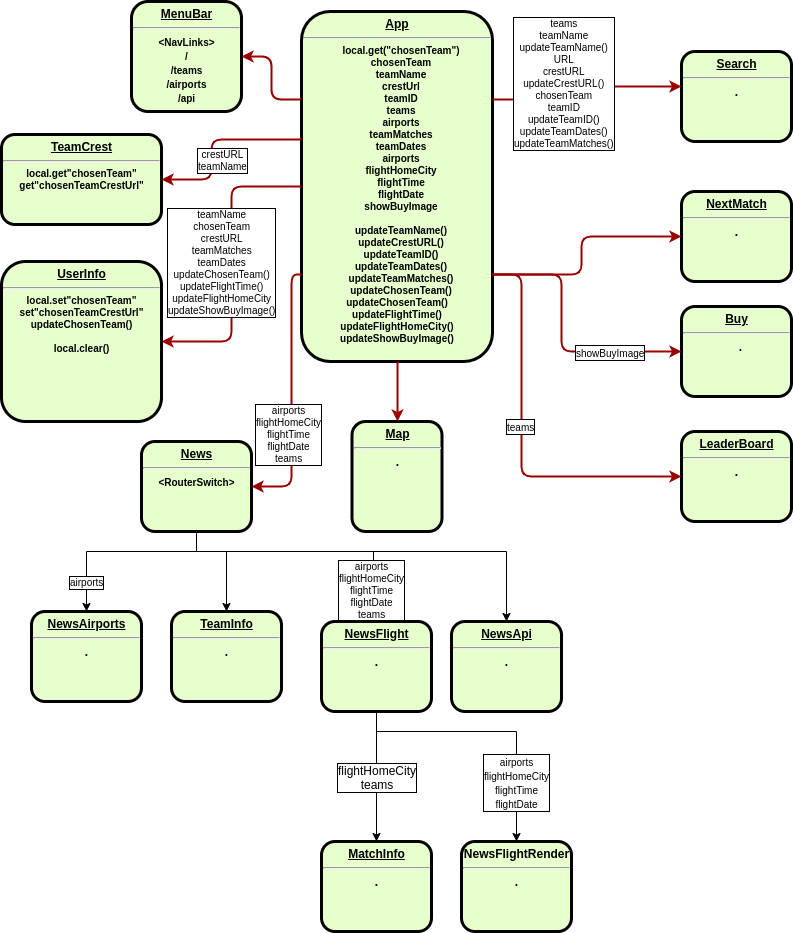
Earlier version of the draw.io export sem3Front/src/images/ReactNodes.png (cph-ms782/SemesterProjekt_Frontend). Source tidied: cells renumbered, new cells last; positions are measured from the earlier drawing's top-left corner, leaving out a move shared by most shapes.
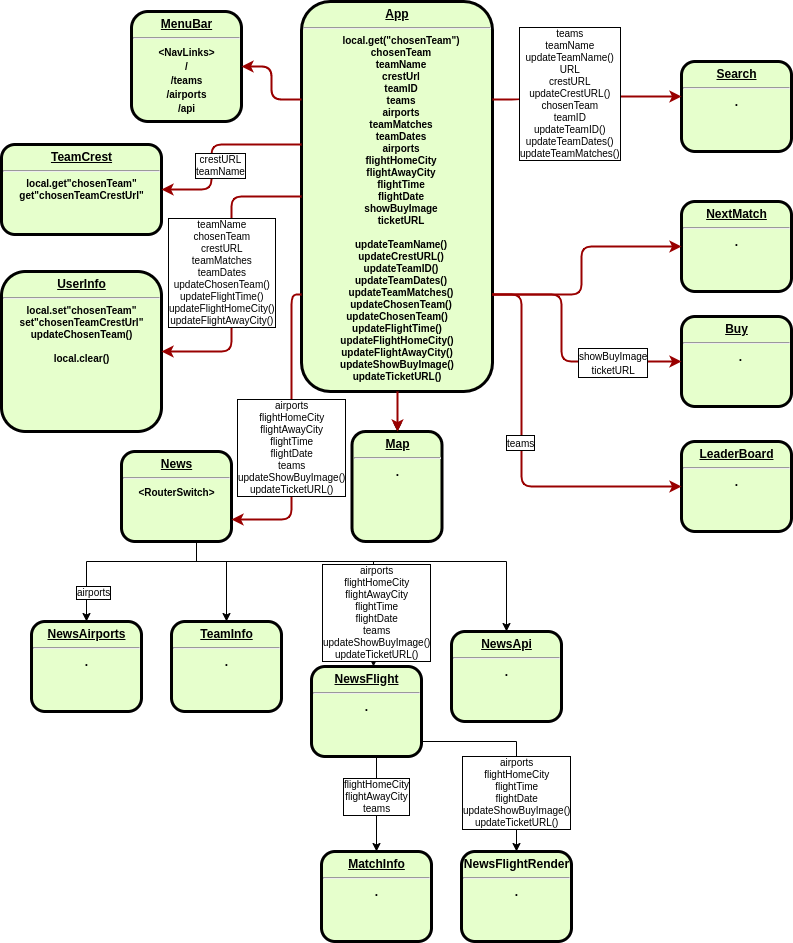
After the commit.

Change to the diagram source:
```diff
@@ -5,8 +5,13 @@
     <mxCell id="2" value="&lt;p style=&quot;margin: 0px ; margin-top: 4px ; text-align: center ; text-decoration: underline&quot;&gt;&lt;strong&gt;Search&lt;br&gt;&lt;/strong&gt;&lt;/p&gt;&lt;hr&gt;." style="verticalAlign=middle;align=center;overflow=fill;fontSize=12;fontFamily=Helvetica;html=1;rounded=1;fontStyle=1;strokeWidth=3;fillColor=#E6FFCC;" parent="1" vertex="1">
       <mxGeometry x="680" y="50" width="110" height="90" as="geometry" />
     </mxCell>
+    <mxCell id="43" style="edgeStyle=orthogonalEdgeStyle;rounded=0;jettySize=auto;html=1;" parent="1" edge="1" target="23">
+      <mxGeometry relative="1" as="geometry">
+        <mxPoint x="396" y="380" as="sourcePoint" />
+      </mxGeometry>
+    </mxCell>
-    <mxCell id="3" value="&lt;p style=&quot;margin: 4px 0px 0px ; text-decoration: underline&quot; align=&quot;center&quot;&gt;&lt;strong&gt;App&lt;br&gt;&lt;/strong&gt;&lt;/p&gt;&lt;hr align=&quot;center&quot;&gt;&lt;p style=&quot;margin: 0px 0px 0px 8px ; font-size: 10px&quot; align=&quot;center&quot;&gt;&lt;font style=&quot;font-size: 10px&quot;&gt;local.get(&quot;chosenTeam&quot;)&lt;br&gt;&lt;/font&gt;&lt;/p&gt;&lt;p style=&quot;margin: 0px 0px 0px 8px ; font-size: 10px&quot; align=&quot;center&quot;&gt;&lt;font style=&quot;font-size: 10px&quot;&gt;chosenTeam&lt;/font&gt;&lt;/p&gt;&lt;p style=&quot;margin: 0px 0px 0px 8px ; font-size: 10px&quot; align=&quot;center&quot;&gt;&lt;font style=&quot;font-size: 10px&quot;&gt;teamName&lt;/font&gt;&lt;/p&gt;&lt;p style=&quot;margin: 0px 0px 0px 8px ; font-size: 10px&quot; align=&quot;center&quot;&gt;&lt;font style=&quot;font-size: 10px&quot;&gt;crestUrl&lt;/font&gt;&lt;/p&gt;&lt;p style=&quot;margin: 0px 0px 0px 8px ; font-size: 10px&quot; align=&quot;center&quot;&gt;&lt;font style=&quot;font-size: 10px&quot;&gt;teamID&lt;/font&gt;&lt;/p&gt;&lt;p style=&quot;margin: 0px 0px 0px 8px ; font-size: 10px&quot; align=&quot;center&quot;&gt;&lt;font style=&quot;font-size: 10px&quot;&gt;teams&lt;/font&gt;&lt;/p&gt;&lt;p style=&quot;margin: 0px 0px 0px 8px ; font-size: 10px&quot; align=&quot;center&quot;&gt;&lt;font style=&quot;font-size: 10px&quot;&gt;airports&lt;/font&gt;&lt;/p&gt;&lt;p style=&quot;margin: 0px 0px 0px 8px ; font-size: 10px&quot; align=&quot;center&quot;&gt;&lt;font style=&quot;font-size: 10px&quot;&gt;teamMatches&lt;/font&gt;&lt;/p&gt;&lt;p style=&quot;margin: 0px 0px 0px 8px ; font-size: 10px&quot; align=&quot;center&quot;&gt;&lt;font style=&quot;font-size: 10px&quot;&gt;teamDates&lt;/font&gt;&lt;/p&gt;&lt;p style=&quot;margin: 0px 0px 0px 8px ; font-size: 10px&quot; align=&quot;center&quot;&gt;&lt;font style=&quot;font-size: 10px&quot;&gt;airports&lt;/font&gt;&lt;/p&gt;&lt;p style=&quot;margin: 0px 0px 0px 8px ; font-size: 10px&quot; align=&quot;center&quot;&gt;&lt;font style=&quot;font-size: 10px&quot;&gt;flightHomeCity&lt;/font&gt;&lt;/p&gt;&lt;p style=&quot;margin: 0px 0px 0px 8px ; font-size: 10px&quot; align=&quot;center&quot;&gt;flightTime&lt;/p&gt;&lt;p style=&quot;margin: 0px 0px 0px 8px ; font-size: 10px&quot; align=&quot;center&quot;&gt;flightDate&lt;/p&gt;&lt;p style=&quot;margin: 0px 0px 0px 8px ; font-size: 10px&quot; align=&quot;center&quot;&gt;showBuyImage&lt;/p&gt;&lt;p style=&quot;margin: 0px 0px 0px 8px ; font-size: 10px&quot; align=&quot;center&quot;&gt;&lt;font style=&quot;font-size: 10px&quot;&gt;&lt;br&gt;&lt;/font&gt;&lt;/p&gt;&lt;p style=&quot;margin: 0px 0px 0px 8px ; font-size: 10px&quot; align=&quot;center&quot;&gt;&lt;span&gt;updateTeamName()&lt;/span&gt;&lt;br&gt;&lt;/p&gt;&lt;p style=&quot;margin: 0px 0px 0px 8px ; font-size: 10px&quot; align=&quot;center&quot;&gt;&lt;font style=&quot;font-size: 10px&quot;&gt;updateCrestURL()&lt;/font&gt;&lt;/p&gt;&lt;p style=&quot;margin: 0px 0px 0px 8px ; font-size: 10px&quot; align=&quot;center&quot;&gt;&lt;font style=&quot;font-size: 10px&quot;&gt;updateTeamID()&lt;/font&gt;&lt;/p&gt;&lt;p style=&quot;margin: 0px 0px 0px 8px ; font-size: 10px&quot; align=&quot;center&quot;&gt;&lt;font style=&quot;font-size: 10px&quot;&gt;updateTeamDates()&lt;/font&gt;&lt;/p&gt;&lt;p style=&quot;margin: 0px 0px 0px 8px ; font-size: 10px&quot; align=&quot;center&quot;&gt;&lt;font style=&quot;font-size: 10px&quot;&gt;updateTeamMatches()&lt;/font&gt;&lt;/p&gt;&lt;p style=&quot;margin: 0px 0px 0px 8px ; font-size: 10px&quot; align=&quot;center&quot;&gt;&lt;font style=&quot;font-size: 10px&quot;&gt;updateChosenTeam()&lt;/font&gt;&lt;/p&gt;&lt;div style=&quot;font-size: 10px&quot;&gt;updateChosenTeam()&lt;br&gt;&lt;/div&gt;&lt;div style=&quot;font-size: 10px&quot;&gt;updateFlightTime()&lt;/div&gt;&lt;div style=&quot;font-size: 10px&quot;&gt;updateFlightHomeCity()&lt;/div&gt;&lt;div style=&quot;font-size: 10px&quot;&gt;updateShowBuyImage()&lt;/div&gt;&lt;p style=&quot;margin: 0px 0px 0px 8px ; font-size: 10px&quot; align=&quot;center&quot;&gt;&lt;font style=&quot;font-size: 10px&quot;&gt;&lt;br&gt;&lt;/font&gt;&lt;/p&gt;" style="verticalAlign=middle;align=center;overflow=fill;fontSize=12;fontFamily=Helvetica;html=1;rounded=1;fontStyle=1;strokeWidth=3;fillColor=#E6FFCC;" parent="1" vertex="1">
-      <mxGeometry x="300" y="10" width="191" height="350" as="geometry" />
+    <mxCell id="3" value="&lt;p style=&quot;margin: 4px 0px 0px ; text-decoration: underline&quot; align=&quot;center&quot;&gt;&lt;strong&gt;App&lt;br&gt;&lt;/strong&gt;&lt;/p&gt;&lt;hr align=&quot;center&quot;&gt;&lt;p style=&quot;margin: 0px 0px 0px 8px ; font-size: 10px&quot; align=&quot;center&quot;&gt;&lt;font style=&quot;font-size: 10px&quot;&gt;local.get(&quot;chosenTeam&quot;)&lt;br&gt;&lt;/font&gt;&lt;/p&gt;&lt;p style=&quot;margin: 0px 0px 0px 8px ; font-size: 10px&quot; align=&quot;center&quot;&gt;&lt;font style=&quot;font-size: 10px&quot;&gt;chosenTeam&lt;/font&gt;&lt;/p&gt;&lt;p style=&quot;margin: 0px 0px 0px 8px ; font-size: 10px&quot; align=&quot;center&quot;&gt;&lt;font style=&quot;font-size: 10px&quot;&gt;teamName&lt;/font&gt;&lt;/p&gt;&lt;p style=&quot;margin: 0px 0px 0px 8px ; font-size: 10px&quot; align=&quot;center&quot;&gt;&lt;font style=&quot;font-size: 10px&quot;&gt;crestUrl&lt;/font&gt;&lt;/p&gt;&lt;p style=&quot;margin: 0px 0px 0px 8px ; font-size: 10px&quot; align=&quot;center&quot;&gt;&lt;font style=&quot;font-size: 10px&quot;&gt;teamID&lt;/font&gt;&lt;/p&gt;&lt;p style=&quot;margin: 0px 0px 0px 8px ; font-size: 10px&quot; align=&quot;center&quot;&gt;&lt;font style=&quot;font-size: 10px&quot;&gt;teams&lt;/font&gt;&lt;/p&gt;&lt;p style=&quot;margin: 0px 0px 0px 8px ; font-size: 10px&quot; align=&quot;center&quot;&gt;&lt;font style=&quot;font-size: 10px&quot;&gt;airports&lt;/font&gt;&lt;/p&gt;&lt;p style=&quot;margin: 0px 0px 0px 8px ; font-size: 10px&quot; align=&quot;center&quot;&gt;&lt;font style=&quot;font-size: 10px&quot;&gt;teamMatches&lt;/font&gt;&lt;/p&gt;&lt;p style=&quot;margin: 0px 0px 0px 8px ; font-size: 10px&quot; align=&quot;center&quot;&gt;&lt;font style=&quot;font-size: 10px&quot;&gt;teamDates&lt;/font&gt;&lt;/p&gt;&lt;p style=&quot;margin: 0px 0px 0px 8px ; font-size: 10px&quot; align=&quot;center&quot;&gt;&lt;font style=&quot;font-size: 10px&quot;&gt;airports&lt;/font&gt;&lt;/p&gt;&lt;p style=&quot;margin: 0px 0px 0px 8px ; font-size: 10px&quot; align=&quot;center&quot;&gt;&lt;font style=&quot;font-size: 10px&quot;&gt;flightHomeCity&lt;/font&gt;&lt;/p&gt;&lt;p style=&quot;margin: 0px 0px 0px 8px ; font-size: 10px&quot; align=&quot;center&quot;&gt;&lt;font style=&quot;font-size: 10px&quot;&gt;flightAwayCity&lt;/font&gt;&lt;/p&gt;&lt;p style=&quot;margin: 0px 0px 0px 8px ; font-size: 10px&quot; align=&quot;center&quot;&gt;flightTime&lt;/p&gt;&lt;p style=&quot;margin: 0px 0px 0px 8px ; font-size: 10px&quot; align=&quot;center&quot;&gt;flightDate&lt;/p&gt;&lt;p style=&quot;margin: 0px 0px 0px 8px ; font-size: 10px&quot; align=&quot;center&quot;&gt;showBuyImage&lt;/p&gt;&lt;p style=&quot;margin: 0px 0px 0px 8px ; font-size: 10px&quot; align=&quot;center&quot;&gt;ticketURL&lt;/p&gt;&lt;p style=&quot;margin: 0px 0px 0px 8px ; font-size: 10px&quot; align=&quot;center&quot;&gt;&lt;font style=&quot;font-size: 10px&quot;&gt;&lt;br&gt;&lt;/font&gt;&lt;/p&gt;&lt;p style=&quot;margin: 0px 0px 0px 8px ; font-size: 10px&quot; align=&quot;center&quot;&gt;&lt;span&gt;updateTeamName()&lt;/span&gt;&lt;br&gt;&lt;/p&gt;&lt;p style=&quot;margin: 0px 0px 0px 8px ; font-size: 10px&quot; align=&quot;center&quot;&gt;&lt;font style=&quot;font-size: 10px&quot;&gt;updateCrestURL()&lt;/font&gt;&lt;/p&gt;&lt;p style=&quot;margin: 0px 0px 0px 8px ; font-size: 10px&quot; align=&quot;center&quot;&gt;&lt;font style=&quot;font-size: 10px&quot;&gt;updateTeamID()&lt;/font&gt;&lt;/p&gt;&lt;p style=&quot;margin: 0px 0px 0px 8px ; font-size: 10px&quot; align=&quot;center&quot;&gt;&lt;font style=&quot;font-size: 10px&quot;&gt;updateTeamDates()&lt;/font&gt;&lt;/p&gt;&lt;p style=&quot;margin: 0px 0px 0px 8px ; font-size: 10px&quot; align=&quot;center&quot;&gt;&lt;font style=&quot;font-size: 10px&quot;&gt;updateTeamMatches()&lt;/font&gt;&lt;/p&gt;&lt;p style=&quot;margin: 0px 0px 0px 8px ; font-size: 10px&quot; align=&quot;center&quot;&gt;&lt;font style=&quot;font-size: 10px&quot;&gt;updateChosenTeam()&lt;/font&gt;&lt;/p&gt;&lt;div style=&quot;font-size: 10px&quot;&gt;updateChosenTeam()&lt;br&gt;&lt;/div&gt;&lt;div style=&quot;font-size: 10px&quot;&gt;updateFlightTime()&lt;/div&gt;&lt;div style=&quot;font-size: 10px&quot;&gt;updateFlightHomeCity()&lt;/div&gt;&lt;div style=&quot;font-size: 10px&quot;&gt;updateFlightAwayCity()&lt;/div&gt;&lt;div style=&quot;font-size: 10px&quot;&gt;updateShowBuyImage()&lt;/div&gt;&lt;div style=&quot;font-size: 10px&quot;&gt;updateTicketURL()&lt;/div&gt;&lt;p style=&quot;margin: 0px 0px 0px 8px ; font-size: 10px&quot; align=&quot;center&quot;&gt;&lt;font style=&quot;font-size: 10px&quot;&gt;&lt;br&gt;&lt;/font&gt;&lt;/p&gt;" style="verticalAlign=middle;align=center;overflow=fill;fontSize=12;fontFamily=Helvetica;html=1;rounded=1;fontStyle=1;strokeWidth=3;fillColor=#E6FFCC;" parent="1" vertex="1">
+      <mxGeometry x="300" y="-10" width="191" height="390" as="geometry" />
     </mxCell>
     <mxCell id="4" value="&lt;p style=&quot;margin: 0px ; margin-top: 4px ; text-align: center ; text-decoration: underline&quot;&gt;&lt;strong&gt;MenuBar&lt;/strong&gt;&lt;/p&gt;&lt;hr&gt;&lt;div&gt;&lt;font style=&quot;font-size: 10px&quot;&gt;&amp;lt;NavLinks&amp;gt;&lt;/font&gt;&lt;/div&gt;&lt;div&gt;&lt;font style=&quot;font-size: 10px&quot;&gt;/&lt;/font&gt;&lt;/div&gt;&lt;div&gt;&lt;font style=&quot;font-size: 10px&quot;&gt;/teams&lt;/font&gt;&lt;/div&gt;&lt;div&gt;&lt;font style=&quot;font-size: 10px&quot;&gt;/airports&lt;/font&gt;&lt;/div&gt;&lt;div&gt;&lt;font style=&quot;font-size: 10px&quot;&gt;/api&lt;br&gt;&lt;/font&gt;&lt;/div&gt;" style="verticalAlign=middle;align=center;overflow=fill;fontSize=12;fontFamily=Helvetica;html=1;rounded=1;fontStyle=1;strokeWidth=3;fillColor=#E6FFCC;" parent="1" vertex="1">
       <mxGeometry x="130" width="110" height="110" as="geometry" />
@@ -59,9 +64,9 @@
         </Array>
       </mxGeometry>
     </mxCell>
-    <mxCell id="12" value="&lt;font style=&quot;font-size: 10px&quot;&gt;airports&lt;br&gt;flightHomeCity&lt;br&gt;flightTime&lt;br&gt;flightDate&lt;br&gt;teams&lt;br&gt;&lt;/font&gt;" style="text;html=1;align=center;verticalAlign=middle;labelBackgroundColor=#FFFFFF;labelBorderColor=#000000;fontSize=10;" parent="11" vertex="1">
+    <mxCell id="12" value="&lt;font style=&quot;font-size: 10px&quot;&gt;airports&lt;br&gt;flightHomeCity&lt;br class=&quot;Apple-interchange-newline&quot;&gt;flightAwayCity&lt;br&gt;flightTime&lt;br&gt;flightDate&lt;br&gt;teams&lt;br&gt;updateShowBuyImage()&lt;br class=&quot;Apple-interchange-newline&quot;&gt;updateTicketURL()&lt;br&gt;&lt;/font&gt;" style="text;html=1;align=center;verticalAlign=middle;labelBackgroundColor=#FFFFFF;labelBorderColor=#000000;fontSize=10;" parent="11" vertex="1">
       <mxGeometry x="0.71" relative="1" as="geometry">
-        <mxPoint x="-2" y="-2" as="offset" />
+        <mxPoint x="3" y="-9" as="offset" />
       </mxGeometry>
     </mxCell>
     <mxCell id="13" style="edgeStyle=orthogonalEdgeStyle;rounded=0;jettySize=auto;html=1;entryX=0.5;entryY=0;entryDx=0;entryDy=0;exitX=0.5;exitY=1;exitDx=0;exitDy=0;" parent="1" edge="1" source="14" target="34">
@@ -73,7 +78,7 @@
       </mxGeometry>
     </mxCell>
     <mxCell id="14" value="&lt;p style=&quot;margin: 0px ; margin-top: 4px ; text-align: center ; text-decoration: underline&quot;&gt;&lt;strong&gt;News&lt;br&gt;&lt;/strong&gt;&lt;/p&gt;&lt;hr&gt;&lt;font style=&quot;font-size: 10px&quot;&gt;&amp;lt;RouterSwitch&amp;gt;&lt;/font&gt;" style="verticalAlign=middle;align=center;overflow=fill;fontSize=12;fontFamily=Helvetica;html=1;rounded=1;fontStyle=1;strokeWidth=3;fillColor=#E6FFCC;" parent="1" vertex="1">
-      <mxGeometry x="140" y="440" width="110" height="90" as="geometry" />
+      <mxGeometry x="120" y="440" width="110" height="90" as="geometry" />
     </mxCell>
     <mxCell id="15" value="&lt;p style=&quot;margin: 0px ; margin-top: 4px ; text-align: center ; text-decoration: underline&quot;&gt;&lt;strong&gt;NewsAirports&lt;br&gt;&lt;/strong&gt;&lt;/p&gt;&lt;hr&gt;." style="verticalAlign=middle;align=center;overflow=fill;fontSize=12;fontFamily=Helvetica;html=1;rounded=1;fontStyle=1;strokeWidth=3;fillColor=#E6FFCC;" parent="1" vertex="1">
       <mxGeometry x="30" y="610" width="110" height="90" as="geometry" />
@@ -126,12 +131,12 @@
         </Array>
       </mxGeometry>
     </mxCell>
-    <mxCell id="25" value="&lt;div style=&quot;font-size: 10px&quot;&gt;teamName&lt;/div&gt;&lt;div style=&quot;font-size: 10px&quot;&gt;chosenTeam&lt;/div&gt;&lt;div style=&quot;font-size: 10px&quot;&gt;crestURL&lt;/div&gt;&lt;div style=&quot;font-size: 10px&quot;&gt;teamMatches&lt;/div&gt;&lt;div style=&quot;font-size: 10px&quot;&gt;teamDates&lt;/div&gt;&lt;div style=&quot;font-size: 10px&quot;&gt;updateChosenTeam()&lt;br style=&quot;font-size: 10px&quot;&gt;&lt;/div&gt;&lt;div style=&quot;font-size: 10px&quot;&gt;updateFlightTime()&lt;/div&gt;&lt;div style=&quot;font-size: 10px&quot;&gt;updateFlightHomeCity&lt;/div&gt;&lt;div style=&quot;font-size: 10px&quot;&gt;updateShowBuyImage()&lt;/div&gt;" style="text;html=1;align=center;verticalAlign=middle;labelBackgroundColor=#FFFFFF;labelBorderColor=#000000;fontSize=10;" parent="24" vertex="1">
+    <mxCell id="25" value="&lt;div style=&quot;font-size: 10px&quot;&gt;teamName&lt;/div&gt;&lt;div style=&quot;font-size: 10px&quot;&gt;chosenTeam&lt;/div&gt;&lt;div style=&quot;font-size: 10px&quot;&gt;crestURL&lt;/div&gt;&lt;div style=&quot;font-size: 10px&quot;&gt;teamMatches&lt;/div&gt;&lt;div style=&quot;font-size: 10px&quot;&gt;teamDates&lt;/div&gt;&lt;div style=&quot;font-size: 10px&quot;&gt;updateChosenTeam()&lt;br style=&quot;font-size: 10px&quot;&gt;&lt;/div&gt;&lt;div style=&quot;font-size: 10px&quot;&gt;updateFlightTime()&lt;/div&gt;&lt;div style=&quot;font-size: 10px&quot;&gt;updateFlightHomeCity()&lt;/div&gt;&lt;div style=&quot;font-size: 10px&quot;&gt;updateFlightAwayCity()&lt;/div&gt;" style="text;html=1;align=center;verticalAlign=middle;labelBackgroundColor=#FFFFFF;labelBorderColor=#000000;fontSize=10;" parent="24" vertex="1">
       <mxGeometry x="0.12" relative="1" as="geometry">
         <mxPoint x="-10" y="-20" as="offset" />
       </mxGeometry>
     </mxCell>
-    <mxCell id="26" style="edgeStyle=elbowEdgeStyle;elbow=horizontal;strokeColor=#990000;strokeWidth=2;entryX=1;entryY=0.5;entryDx=0;entryDy=0;exitX=0;exitY=0.75;exitDx=0;exitDy=0;" parent="1" edge="1" source="3" target="14">
+    <mxCell id="26" style="edgeStyle=elbowEdgeStyle;elbow=horizontal;strokeColor=#990000;strokeWidth=2;entryX=1;entryY=0.75;entryDx=0;entryDy=0;exitX=0;exitY=0.75;exitDx=0;exitDy=0;" parent="1" edge="1" source="3" target="14">
       <mxGeometry relative="1" as="geometry">
         <Array as="points">
           <mxPoint x="290" y="440" />
@@ -145,14 +150,15 @@
         </Array>
       </mxGeometry>
     </mxCell>
-    <mxCell id="27" value="&lt;div style=&quot;font-size: 10px&quot;&gt;&lt;span&gt;airports&lt;/span&gt;&lt;br&gt;&lt;span&gt;flightHomeCity&lt;/span&gt;&lt;br&gt;&lt;span&gt;flightTime&lt;/span&gt;&lt;br&gt;&lt;span&gt;flightDate&lt;/span&gt;&lt;br&gt;&lt;/div&gt;&lt;div style=&quot;font-size: 10px&quot;&gt;teams&lt;br style=&quot;font-size: 10px&quot;&gt;&lt;/div&gt;" style="text;html=1;align=center;verticalAlign=middle;labelBackgroundColor=#FFFFFF;labelBorderColor=#000000;fontSize=10;" parent="26" vertex="1">
-      <mxGeometry x="0.29" y="-3" relative="1" as="geometry" />
+    <mxCell id="27" value="&lt;div style=&quot;font-size: 10px&quot;&gt;&lt;span&gt;airports&lt;/span&gt;&lt;br&gt;&lt;span&gt;flightHomeCity&lt;/span&gt;&lt;/div&gt;&lt;div style=&quot;font-size: 10px&quot;&gt;flightAwayCity&lt;br&gt;&lt;span&gt;flightTime&lt;/span&gt;&lt;br&gt;&lt;span&gt;flightDate&lt;/span&gt;&lt;br&gt;&lt;/div&gt;&lt;div style=&quot;font-size: 10px&quot;&gt;teams&lt;br style=&quot;font-size: 10px&quot;&gt;&lt;/div&gt;&lt;div style=&quot;font-size: 10px&quot;&gt;updateShowBuyImage()&lt;br&gt;&lt;/div&gt;&lt;div style=&quot;font-size: 10px&quot;&gt;updateTicketURL()&lt;/div&gt;" style="text;html=1;align=center;verticalAlign=middle;labelBackgroundColor=#FFFFFF;labelBorderColor=#000000;fontSize=10;" parent="26" vertex="1">
+      <mxGeometry x="0.29" y="-3" relative="1" as="geometry">
+        <mxPoint x="3" y="-29" as="offset" />
+      </mxGeometry>
     </mxCell>
     <mxCell id="28" style="edgeStyle=elbowEdgeStyle;elbow=horizontal;strokeColor=#990000;strokeWidth=2;entryX=0;entryY=0.5;entryDx=0;entryDy=0;exitX=0.5;exitY=1;exitDx=0;exitDy=0;" parent="1" edge="1" source="3" target="23">
       <mxGeometry relative="1" as="geometry">
         <Array as="points">
-          <mxPoint x="396" y="360" />
-          <mxPoint x="410" y="360" />
+          <mxPoint x="396" y="400" />
           <mxPoint x="420" y="360" />
           <mxPoint x="380" y="350" />
           <mxPoint x="348" y="390" />
@@ -183,7 +189,7 @@
         </Array>
       </mxGeometry>
     </mxCell>
-    <mxCell id="32" value="&lt;font style=&quot;font-size: 10px&quot;&gt;showBuyImage&lt;/font&gt;" style="text;html=1;align=center;verticalAlign=middle;labelBackgroundColor=#ffffff;labelBorderColor=#000000;" parent="31" vertex="1">
+    <mxCell id="32" value="&lt;font style=&quot;font-size: 10px&quot;&gt;showBuyImage&lt;br&gt;ticketURL&lt;br&gt;&lt;/font&gt;" style="text;html=1;align=center;verticalAlign=middle;labelBackgroundColor=#ffffff;labelBorderColor=#000000;" parent="31" vertex="1">
       <mxGeometry x="0.46" relative="1" as="geometry" />
     </mxCell>
     <mxCell id="33" style="edgeStyle=elbowEdgeStyle;elbow=horizontal;strokeColor=#990000;strokeWidth=2;entryX=0;entryY=0.5;entryDx=0;entryDy=0;exitX=1;exitY=0.75;exitDx=0;exitDy=0;" parent="1" edge="1" source="3" target="21">
@@ -205,9 +211,9 @@
         </Array>
       </mxGeometry>
     </mxCell>
-    <mxCell id="36" value="&lt;font style=&quot;font-size: 10px&quot;&gt;airports&lt;br&gt;flightHomeCity&lt;br&gt;flightTime&lt;br&gt;flightDate&lt;/font&gt;" style="text;html=1;align=center;verticalAlign=middle;labelBackgroundColor=#ffffff;labelBorderColor=#000000;" parent="35" vertex="1">
+    <mxCell id="36" value="&lt;font style=&quot;font-size: 10px;&quot;&gt;airports&lt;br style=&quot;font-size: 10px;&quot;&gt;flightHomeCity&lt;br style=&quot;font-size: 10px;&quot;&gt;flightTime&lt;br style=&quot;font-size: 10px;&quot;&gt;flightDate&lt;br style=&quot;font-size: 10px;&quot;&gt;&lt;/font&gt;&lt;span style=&quot;font-size: 10px;&quot;&gt;updateShowBuyImage()&lt;/span&gt;&lt;br class=&quot;Apple-interchange-newline&quot; style=&quot;font-size: 10px;&quot;&gt;&lt;span style=&quot;font-size: 10px;&quot;&gt;updateTicketURL()&lt;/span&gt;" style="text;html=1;align=center;verticalAlign=middle;labelBackgroundColor=#ffffff;labelBorderColor=#000000;fontSize=10;" parent="35" vertex="1">
       <mxGeometry x="-0.34" y="-1" relative="1" as="geometry">
-        <mxPoint x="71" y="49" as="offset" />
+        <mxPoint x="28" y="49" as="offset" />
       </mxGeometry>
     </mxCell>
     <mxCell id="37" style="edgeStyle=orthogonalEdgeStyle;rounded=0;jettySize=auto;html=1;" parent="1" edge="1" source="39" target="40">
@@ -218,13 +224,13 @@
         </Array>
       </mxGeometry>
     </mxCell>
-    <mxCell id="38" value="flightHomeCity&lt;br&gt;teams" style="text;html=1;align=center;verticalAlign=middle;labelBackgroundColor=#ffffff;labelBorderColor=#000000;" parent="37" vertex="1">
+    <mxCell id="38" value="flightHomeCity&lt;br class=&quot;Apple-interchange-newline&quot; style=&quot;font-size: 10px;&quot;&gt;&lt;span style=&quot;font-size: 10px;&quot;&gt;flightAwayCity&lt;/span&gt;&lt;br style=&quot;font-size: 10px;&quot;&gt;teams" style="text;html=1;align=center;verticalAlign=middle;labelBackgroundColor=#ffffff;labelBorderColor=#000000;fontSize=10;" parent="37" vertex="1">
       <mxGeometry x="0.51" y="1" relative="1" as="geometry">
         <mxPoint x="-1" y="-33" as="offset" />
       </mxGeometry>
     </mxCell>
     <mxCell id="39" value="&lt;p style=&quot;margin: 0px ; margin-top: 4px ; text-align: center ; text-decoration: underline&quot;&gt;&lt;strong&gt;NewsFlight&lt;/strong&gt;&lt;/p&gt;&lt;hr&gt;." style="verticalAlign=middle;align=center;overflow=fill;fontSize=12;fontFamily=Helvetica;html=1;rounded=1;fontStyle=1;strokeWidth=3;fillColor=#E6FFCC;" parent="1" vertex="1">
-      <mxGeometry x="320" y="620" width="110" height="90" as="geometry" />
+      <mxGeometry x="310" y="655" width="110" height="90" as="geometry" />
     </mxCell>
     <mxCell id="40" value="&lt;p style=&quot;margin: 0px ; margin-top: 4px ; text-align: center ; text-decoration: underline&quot;&gt;MatchInfo&lt;/p&gt;&lt;hr&gt;." style="verticalAlign=middle;align=center;overflow=fill;fontSize=12;fontFamily=Helvetica;html=1;rounded=1;fontStyle=1;strokeWidth=3;fillColor=#E6FFCC;direction=east;" parent="1" vertex="1">
       <mxGeometry x="320" y="840" width="110" height="90" as="geometry" />
```
